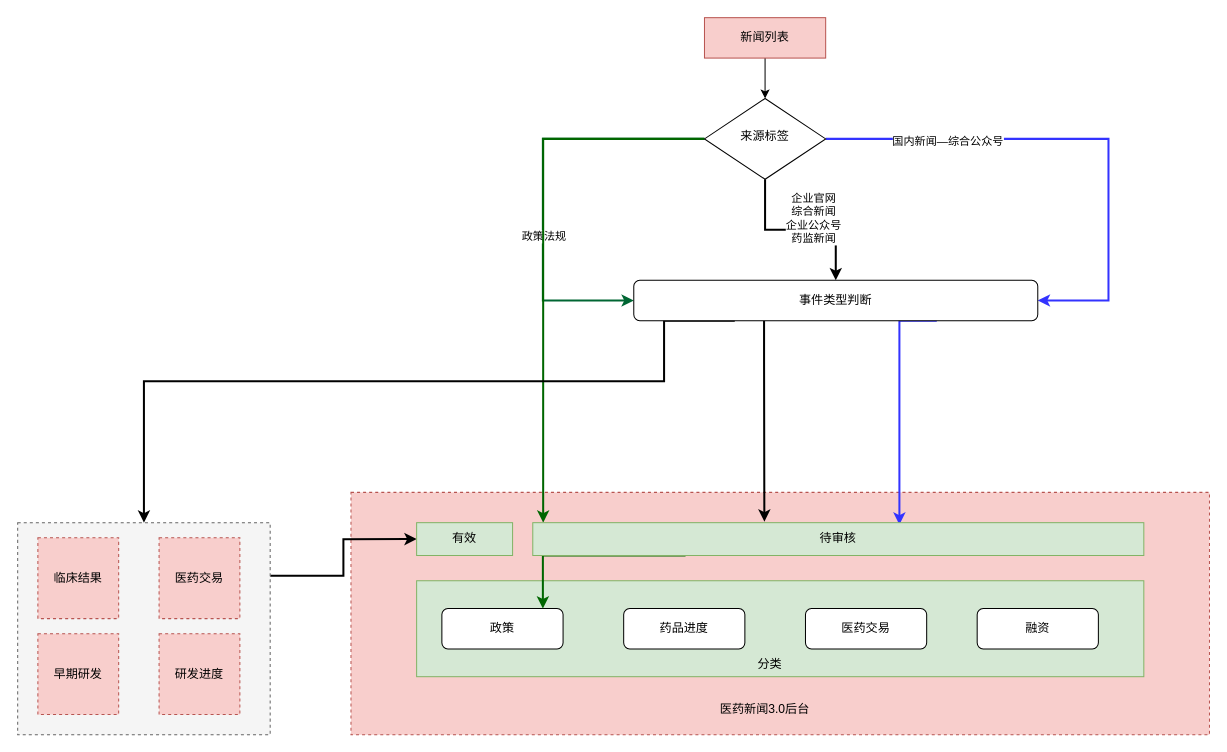
Earlier version of the draw.io diagram 医药新闻.drawio (A1ando/pandas_practices). Source tidied: cells renumbered, new cells numbered last; positions are measured from the earlier drawing's top-left corner, leaving out a move shared by most shapes. Both pictures are drawn from the tidied source at 101%, with x=0, y=0 at pixel (17, 17).
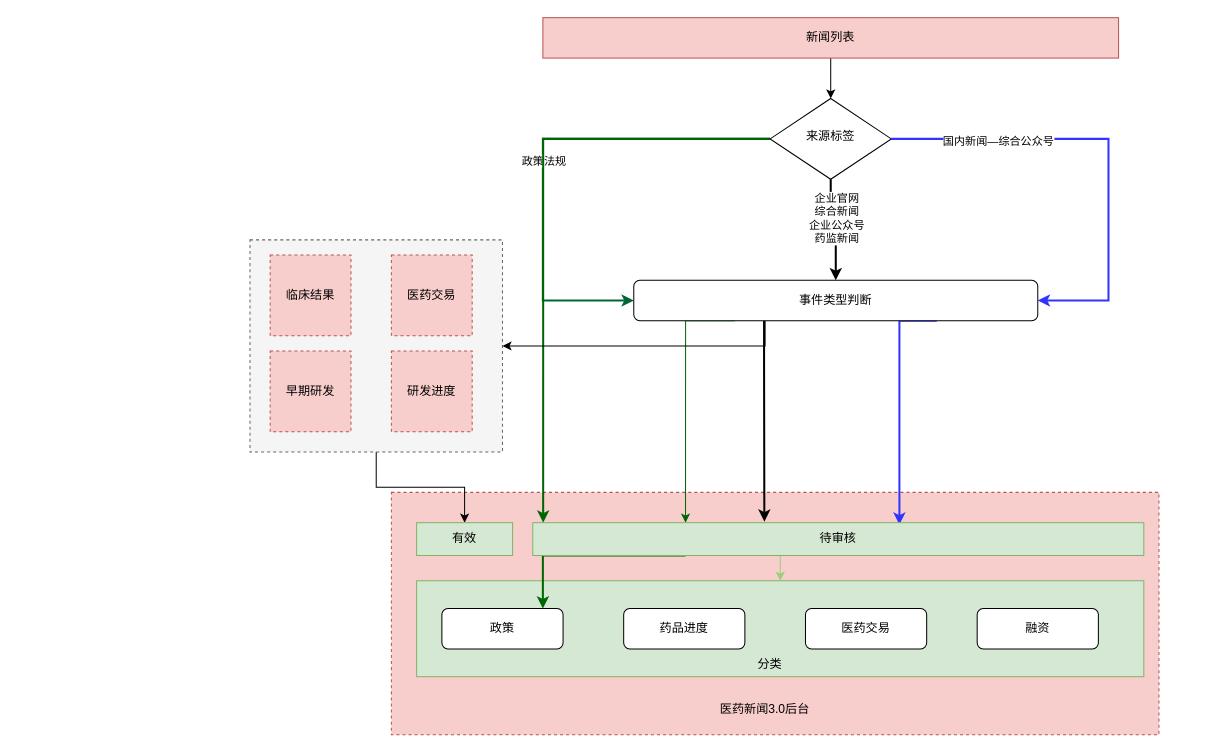
After the change.

Commit message:
更新医药新闻.drawio

The change refers to these unchanged cells:
```xml
<mxCell id="3" style="rounded=0;whiteSpace=wrap;html=1;fillColor=#d5e8d4;strokeColor=#82b366;" parent="1" vertex="1">
  <mxGeometry x="395" y="557.5" width="720" height="95" as="geometry" />
</mxCell>
<mxCell id="12" style="edgeStyle=orthogonalEdgeStyle;rounded=0;jettySize=auto;html=1;entryX=0;entryY=0.5;entryDx=0;entryDy=0;strokeColor=#006633;strokeWidth=2;" parent="1" edge="1" source="15" target="20">
  <mxGeometry relative="1" as="geometry">
    <Array as="points">
      <mxPoint x="520" y="120" />
      <mxPoint x="520" y="280" />
    </Array>
  </mxGeometry>
</mxCell>
<mxCell id="20" value="事件类型判断" style="rounded=1;whiteSpace=wrap;html=1;" parent="1" vertex="1">
  <mxGeometry x="610" y="260" width="400" height="40" as="geometry" />
</mxCell>
<mxCell id="31" value="待审核" style="rounded=0;whiteSpace=wrap;html=1;fillColor=#d5e8d4;strokeColor=#82b366;" parent="1" vertex="1">
  <mxGeometry x="510" y="500" width="605" height="32.5" as="geometry" />
</mxCell>
<mxCell id="32" value="有效" style="rounded=0;whiteSpace=wrap;html=1;fillColor=#d5e8d4;strokeColor=#82b366;" parent="1" vertex="1">
  <mxGeometry x="395" y="500" width="95" height="32.5" as="geometry" />
</mxCell>
```

The edit, as a diff of the source:
```diff
@@
     <mxCell id="2" style="rounded=0;whiteSpace=wrap;html=1;strokeColor=#b85450;dashed=1;fillColor=#f8cecc;" parent="1" vertex="1">
-      <mxGeometry x="330" y="470" width="850" height="240" as="geometry" />
+      <mxGeometry x="370" y="470" width="760" height="240" as="geometry" />
     </mxCell>
@@
-    <mxCell id="4" style="edgeStyle=orthogonalEdgeStyle;rounded=0;jettySize=auto;html=1;exitX=1;exitY=0.25;exitDx=0;exitDy=0;entryX=0;entryY=0.5;entryDx=0;entryDy=0;strokeColor=#000000;strokeWidth=2;" parent="1" edge="1" source="5" target="32">
+    <mxCell id="4" style="edgeStyle=orthogonalEdgeStyle;rounded=0;jettySize=auto;html=1;exitX=0.5;exitY=1;exitDx=0;exitDy=0;strokeColor=#000000;" parent="1" edge="1" source="5" target="32">
       <mxGeometry relative="1" as="geometry" />
     </mxCell>
     <mxCell id="5" style="rounded=0;whiteSpace=wrap;html=1;dashed=1;fillColor=#f5f5f5;fontColor=#333333;strokeColor=#666666;" parent="1" vertex="1">
-      <mxGeometry y="500" width="250" height="210" as="geometry" />
+      <mxGeometry x="230" y="220" width="250" height="210" as="geometry" />
     </mxCell>
@@
     <mxCell id="7" value="新闻列表" style="rounded=1;whiteSpace=wrap;html=1;fontSize=12;glass=0;strokeWidth=1;shadow=0;fillColor=#f8cecc;strokeColor=#b85450;sketch=0;arcSize=0;" parent="1" vertex="1">
-      <mxGeometry x="680" width="120" height="40" as="geometry" />
+      <mxGeometry x="520" width="570" height="40" as="geometry" />
     </mxCell>
@@
     <mxCell id="13" value="政策法规" style="edgeLabel;html=1;align=center;verticalAlign=middle;" parent="12" vertex="1">
       <mxGeometry x="0.38" y="1" relative="1" as="geometry">
-        <mxPoint x="-1" y="-27" as="offset" />
+        <mxPoint x="-1" y="-82" as="offset" />
       </mxGeometry>
     </mxCell>
@@
     <mxCell id="15" value="来源标签" style="rhombus;whiteSpace=wrap;html=1;shadow=0;fontFamily=Helvetica;fontSize=12;align=center;strokeWidth=1;spacing=6;spacingTop=-4;" parent="1" vertex="1">
-      <mxGeometry x="680" y="80" width="120" height="80" as="geometry" />
+      <mxGeometry x="745" y="80" width="120" height="80" as="geometry" />
     </mxCell>
@@
-    <mxCell id="17" style="edgeStyle=orthogonalEdgeStyle;rounded=0;jettySize=auto;html=1;exitX=0.25;exitY=1;exitDx=0;exitDy=0;strokeColor=#000000;entryX=0.5;entryY=0;entryDx=0;entryDy=0;strokeWidth=2;" parent="1" edge="1" source="20" target="5">
-      <mxGeometry relative="1" as="geometry">
-        <Array as="points">
-          <mxPoint x="640" y="360" />
-          <mxPoint x="125" y="360" />
-        </Array>
-      </mxGeometry>
-    </mxCell>
@@
+    <mxCell id="33" style="edgeStyle=orthogonalEdgeStyle;rounded=0;jettySize=auto;html=1;exitX=0.25;exitY=1;exitDx=0;exitDy=0;entryX=0.25;entryY=0;entryDx=0;entryDy=0;strokeColor=#006600;" parent="1" edge="1" source="20" target="31">
+      <mxGeometry relative="1" as="geometry">
+        <Array as="points">
+          <mxPoint x="661" y="300" />
+        </Array>
+      </mxGeometry>
+    </mxCell>
+    <mxCell id="17" style="edgeStyle=orthogonalEdgeStyle;rounded=0;jettySize=auto;html=1;entryX=1;entryY=0.5;entryDx=0;entryDy=0;strokeColor=#000000;" parent="1" edge="1" source="20" target="5">
+      <mxGeometry relative="1" as="geometry">
+        <Array as="points">
+          <mxPoint x="740" y="325" />
+        </Array>
+      </mxGeometry>
+    </mxCell>
@@
     <mxCell id="24" value="临床结果" style="whiteSpace=wrap;html=1;dashed=1;fillColor=#f8cecc;strokeColor=#b85450;" parent="1" vertex="1">
-      <mxGeometry x="20" y="515" width="80" height="80" as="geometry" />
+      <mxGeometry x="250" y="235" width="80" height="80" as="geometry" />
     </mxCell>
     <mxCell id="25" value="医药交易" style="whiteSpace=wrap;html=1;dashed=1;fillColor=#f8cecc;strokeColor=#b85450;" parent="1" vertex="1">
-      <mxGeometry x="140" y="515" width="80" height="80" as="geometry" />
+      <mxGeometry x="370" y="235" width="80" height="80" as="geometry" />
     </mxCell>
     <mxCell id="26" value="早期研发" style="whiteSpace=wrap;html=1;dashed=1;fillColor=#f8cecc;strokeColor=#b85450;" parent="1" vertex="1">
-      <mxGeometry x="20" y="610" width="80" height="80" as="geometry" />
+      <mxGeometry x="250" y="330" width="80" height="80" as="geometry" />
     </mxCell>
     <mxCell id="27" value="研发进度" style="whiteSpace=wrap;html=1;dashed=1;fillColor=#f8cecc;strokeColor=#b85450;" parent="1" vertex="1">
-      <mxGeometry x="140" y="610" width="80" height="80" as="geometry" />
+      <mxGeometry x="370" y="330" width="80" height="80" as="geometry" />
     </mxCell>
@@
+    <mxCell id="34" style="edgeStyle=orthogonalEdgeStyle;rounded=0;jettySize=auto;html=1;exitX=0.5;exitY=1;exitDx=0;exitDy=0;strokeColor=#97D077;" parent="1" edge="1" source="31" target="3">
+      <mxGeometry relative="1" as="geometry">
+        <Array as="points">
+          <mxPoint x="755" y="533" />
+        </Array>
+      </mxGeometry>
+    </mxCell>
```
